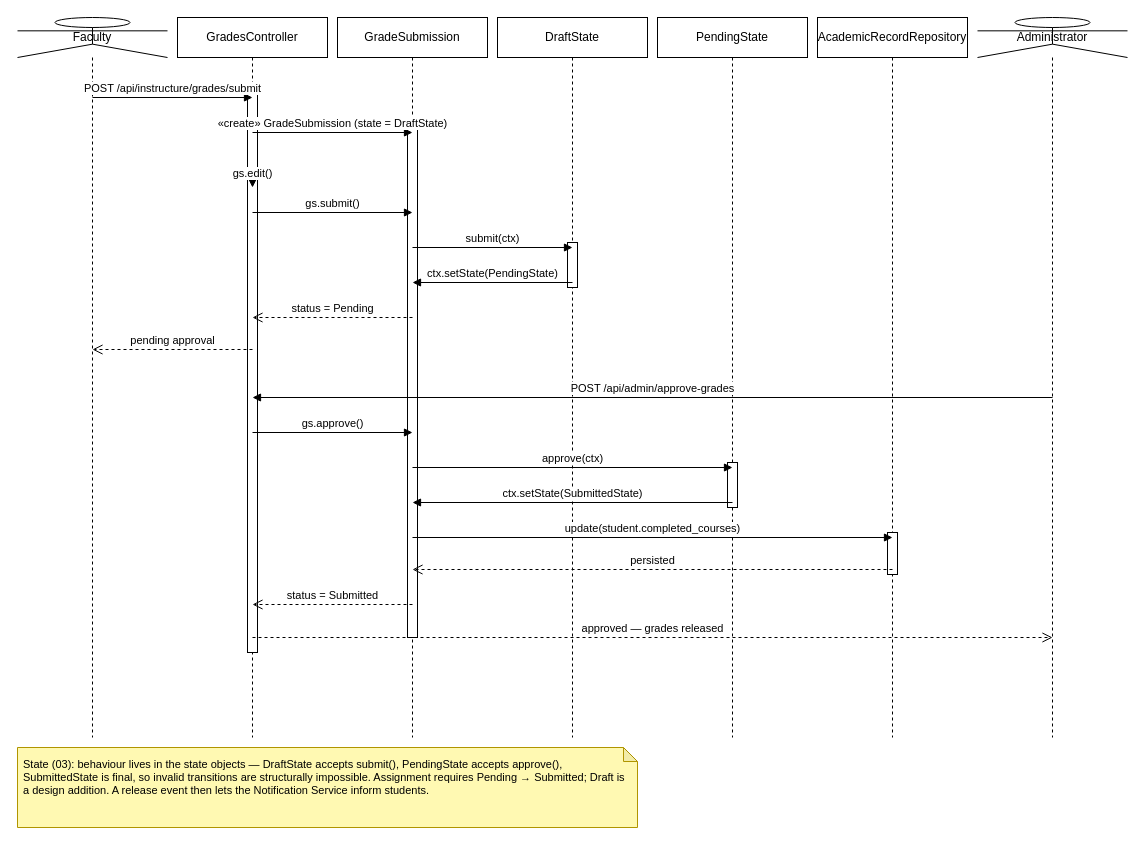
Before: Diagrams/Sequence_diagrams/seq-3-grade-submission.drawio in Tharusha-dev/soft_architect_redda, a draw.io diagram. Source tidied: cells renumbered, new cells numbered last; positions are measured from the earlier drawing's top-left corner, leaving out a move shared by most shapes. Both pictures are drawn from the tidied source at 100%, with x=0, y=0 at pixel (17, 17).
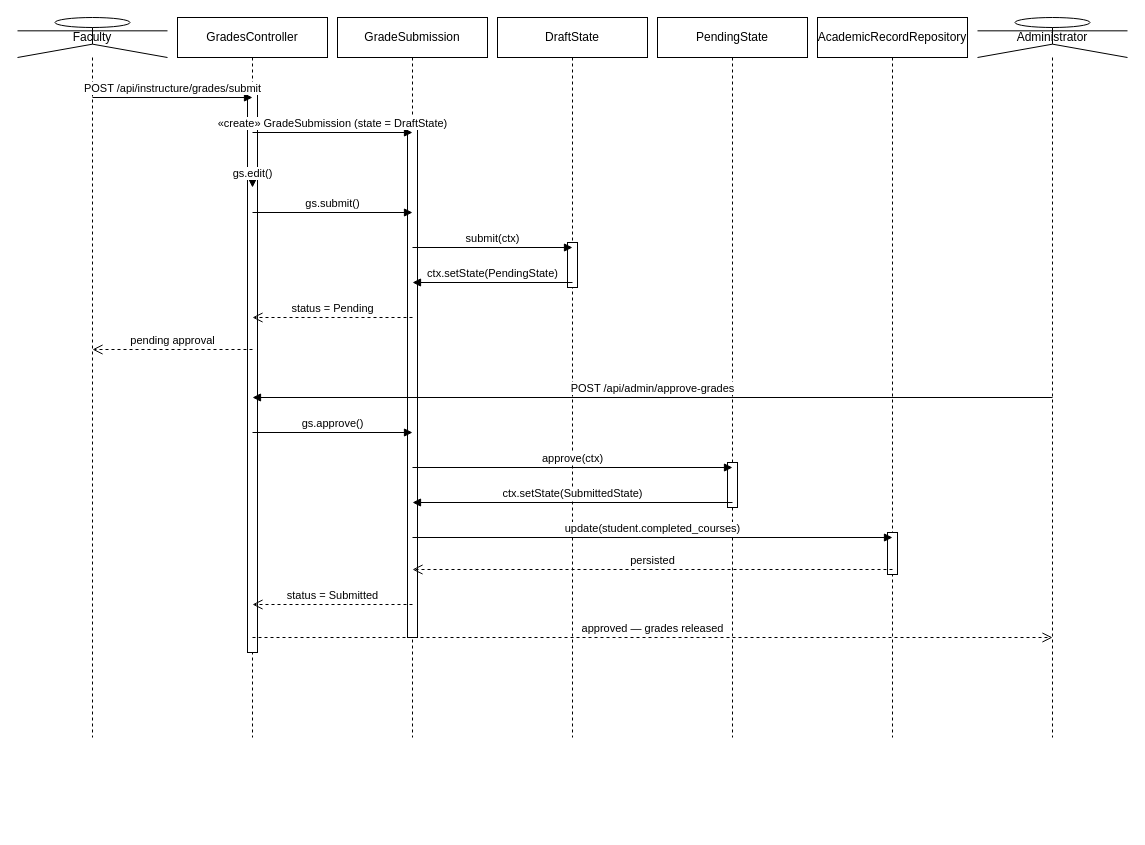
Above is the later version.

Diff of the diagram source:
```diff
@@
-    <mxCell id="30" value="State (03): behaviour lives in the state objects — DraftState accepts submit(), PendingState accepts approve(), SubmittedState is final, so invalid transitions are structurally impossible. Assignment requires Pending → Submitted; Draft is a design addition. A release event then lets the Notification Service inform students." style="shape=note;whiteSpace=wrap;html=1;backgroundOutline=1;darkOpacity=0.05;fillColor=#FFF9B2;strokeColor=#B09500;size=14;align=left;verticalAlign=top;spacing=6;fontSize=11;" parent="1" vertex="1">
-      <mxGeometry y="730" width="620" height="80" as="geometry" />
-    </mxCell>
```
